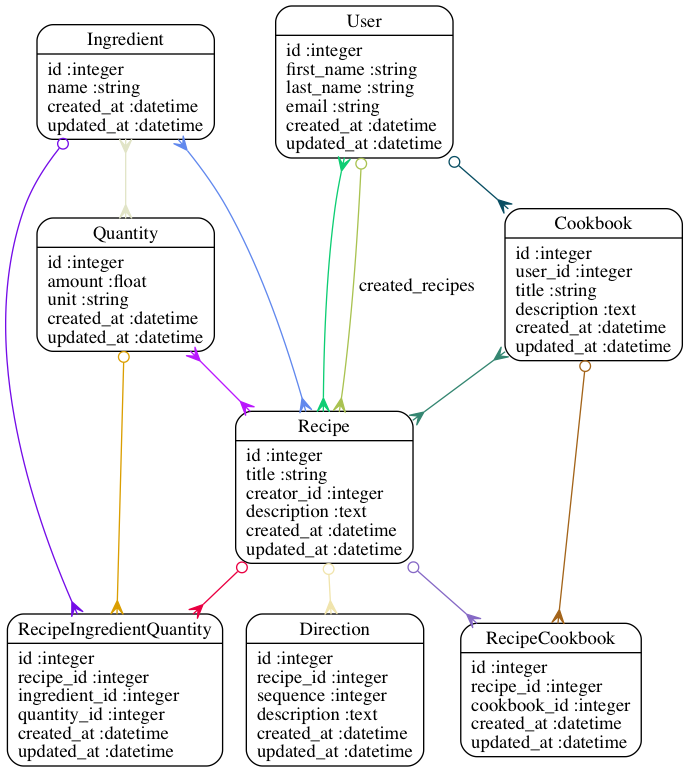
bshore01/messychef keeps this Graphviz diagram as models.png. Above is the earlier version. Its source is kept beside it as models.dot.
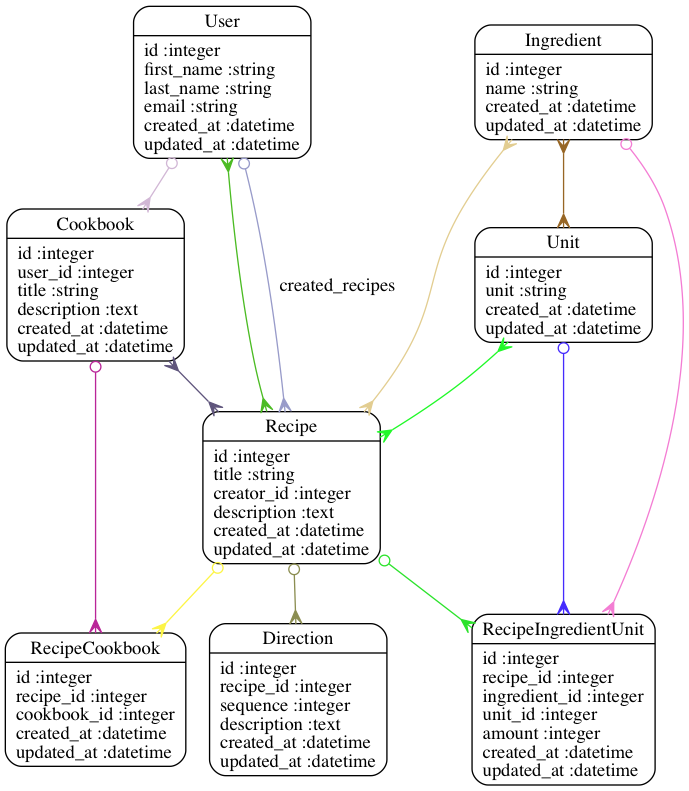
After the commit.

Diff of the diagram source:
```diff
@@ -3,22 +3,22 @@
 	"Cookbook" [shape=Mrecord, label="{Cookbook|id :integer\luser_id :integer\ltitle :string\ldescription :text\lcreated_at :datetime\lupdated_at :datetime\l}"]
 	"Direction" [shape=Mrecord, label="{Direction|id :integer\lrecipe_id :integer\lsequence :integer\ldescription :text\lcreated_at :datetime\lupdated_at :datetime\l}"]
 	"Ingredient" [shape=Mrecord, label="{Ingredient|id :integer\lname :string\lcreated_at :datetime\lupdated_at :datetime\l}"]
-	"Quantity" [shape=Mrecord, label="{Quantity|id :integer\lamount :float\lunit :string\lcreated_at :datetime\lupdated_at :datetime\l}"]
 	"Recipe" [shape=Mrecord, label="{Recipe|id :integer\ltitle :string\lcreator_id :integer\ldescription :text\lcreated_at :datetime\lupdated_at :datetime\l}"]
 	"RecipeCookbook" [shape=Mrecord, label="{RecipeCookbook|id :integer\lrecipe_id :integer\lcookbook_id :integer\lcreated_at :datetime\lupdated_at :datetime\l}"]
-	"RecipeIngredientQuantity" [shape=Mrecord, label="{RecipeIngredientQuantity|id :integer\lrecipe_id :integer\lingredient_id :integer\lquantity_id :integer\lcreated_at :datetime\lupdated_at :datetime\l}"]
+	"RecipeIngredientUnit" [shape=Mrecord, label="{RecipeIngredientUnit|id :integer\lrecipe_id :integer\lingredient_id :integer\lunit_id :integer\lamount :integer\lcreated_at :datetime\lupdated_at :datetime\l}"]
+	"Unit" [shape=Mrecord, label="{Unit|id :integer\lunit :string\lcreated_at :datetime\lupdated_at :datetime\l}"]
 	"User" [shape=Mrecord, label="{User|id :integer\lfirst_name :string\llast_name :string\lemail :string\lcreated_at :datetime\lupdated_at :datetime\l}"]
-	"Cookbook" -> "RecipeCookbook" [arrowtail=odot, arrowhead=crow, dir=both color="#A3641A"]
-	"Cookbook" -> "Recipe" [arrowtail=crow, arrowhead=crow, dir=both color="#348671"]
-	"Ingredient" -> "RecipeIngredientQuantity" [arrowtail=odot, arrowhead=crow, dir=both color="#740CE7"]
-	"Ingredient" -> "Recipe" [arrowtail=crow, arrowhead=crow, dir=both color="#6188ED"]
-	"Ingredient" -> "Quantity" [arrowtail=crow, arrowhead=crow, dir=both color="#E1E4C7"]
-	"Quantity" -> "RecipeIngredientQuantity" [arrowtail=odot, arrowhead=crow, dir=both color="#DA9E01"]
-	"Quantity" -> "Recipe" [arrowtail=crow, arrowhead=crow, dir=both color="#B917FD"]
-	"Recipe" -> "RecipeCookbook" [arrowtail=odot, arrowhead=crow, dir=both color="#8669C5"]
-	"Recipe" -> "Direction" [arrowtail=odot, arrowhead=crow, dir=both color="#F0E4AD"]
-	"Recipe" -> "RecipeIngredientQuantity" [arrowtail=odot, arrowhead=crow, dir=both color="#E90041"]
-	"User" -> "Cookbook" [arrowtail=odot, arrowhead=crow, dir=both color="#084D62"]
-	"User" -> "Recipe" [arrowtail=crow, arrowhead=crow, dir=both color="#0DCD73"]
-	"User" -> "Recipe" [label="created_recipes", arrowtail=odot, arrowhead=crow, dir=both color="#A9C251"]
+	"Cookbook" -> "RecipeCookbook" [arrowtail=odot, arrowhead=crow, dir=both color="#B92598"]
+	"Cookbook" -> "Recipe" [arrowtail=crow, arrowhead=crow, dir=both color="#5F557C"]
+	"Ingredient" -> "RecipeIngredientUnit" [arrowtail=odot, arrowhead=crow, dir=both color="#F37DD3"]
+	"Ingredient" -> "Recipe" [arrowtail=crow, arrowhead=crow, dir=both color="#E2CD91"]
+	"Ingredient" -> "Unit" [arrowtail=crow, arrowhead=crow, dir=both color="#976625"]
+	"Recipe" -> "RecipeCookbook" [arrowtail=odot, arrowhead=crow, dir=both color="#FCF446"]
+	"Recipe" -> "Direction" [arrowtail=odot, arrowhead=crow, dir=both color="#8B8D51"]
+	"Recipe" -> "RecipeIngredientUnit" [arrowtail=odot, arrowhead=crow, dir=both color="#2CE22C"]
+	"Unit" -> "RecipeIngredientUnit" [arrowtail=odot, arrowhead=crow, dir=both color="#452BFD"]
+	"Unit" -> "Recipe" [arrowtail=crow, arrowhead=crow, dir=both color="#20F828"]
+	"User" -> "Cookbook" [arrowtail=odot, arrowhead=crow, dir=both color="#D1B7D5"]
+	"User" -> "Recipe" [arrowtail=crow, arrowhead=crow, dir=both color="#4BBB23"]
+	"User" -> "Recipe" [label="created_recipes", arrowtail=odot, arrowhead=crow, dir=both color="#989BC9"]
 }
```
